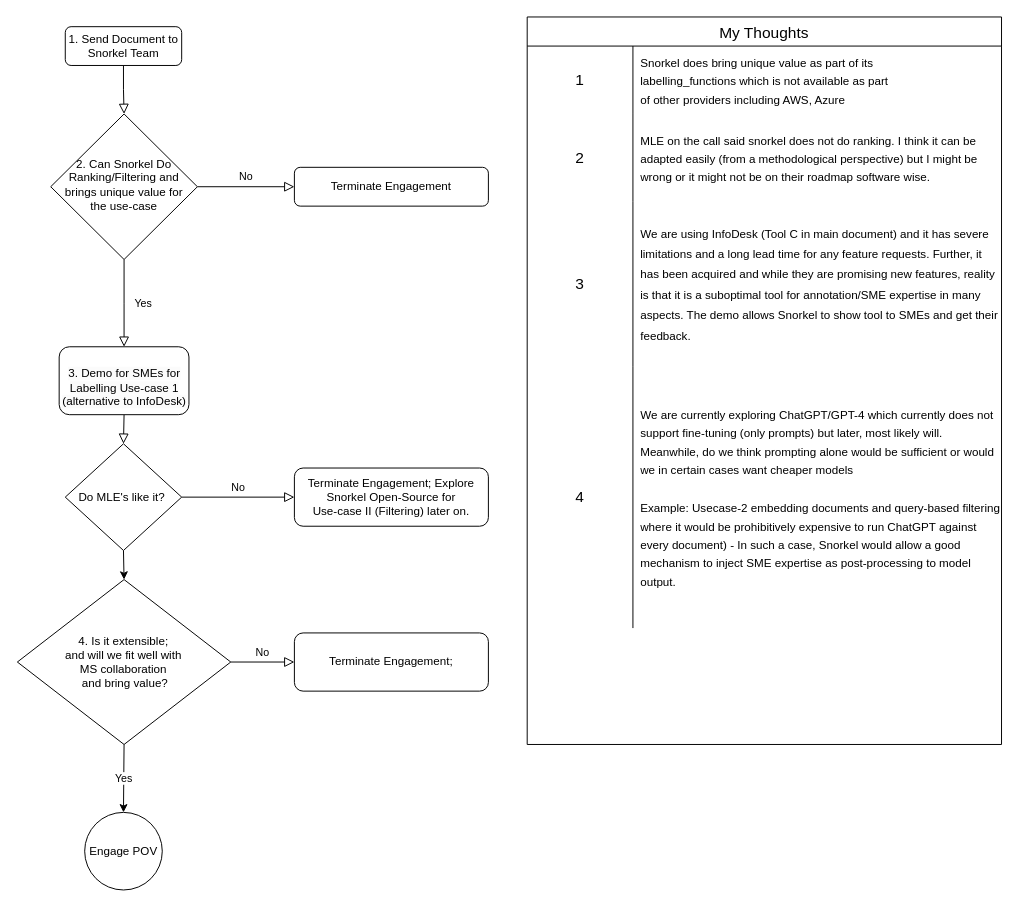
vjethava/drawnn keeps this draw.io diagram as Untitled Diagram.drawio. Above is the earlier version. Source tidied: cells renumbered, new cells numbered last; positions are measured from the earlier drawing's top-left corner, leaving out a move shared by most shapes. Both pictures are drawn from the tidied source at 97%, with x=0, y=0 at pixel (16, 16).
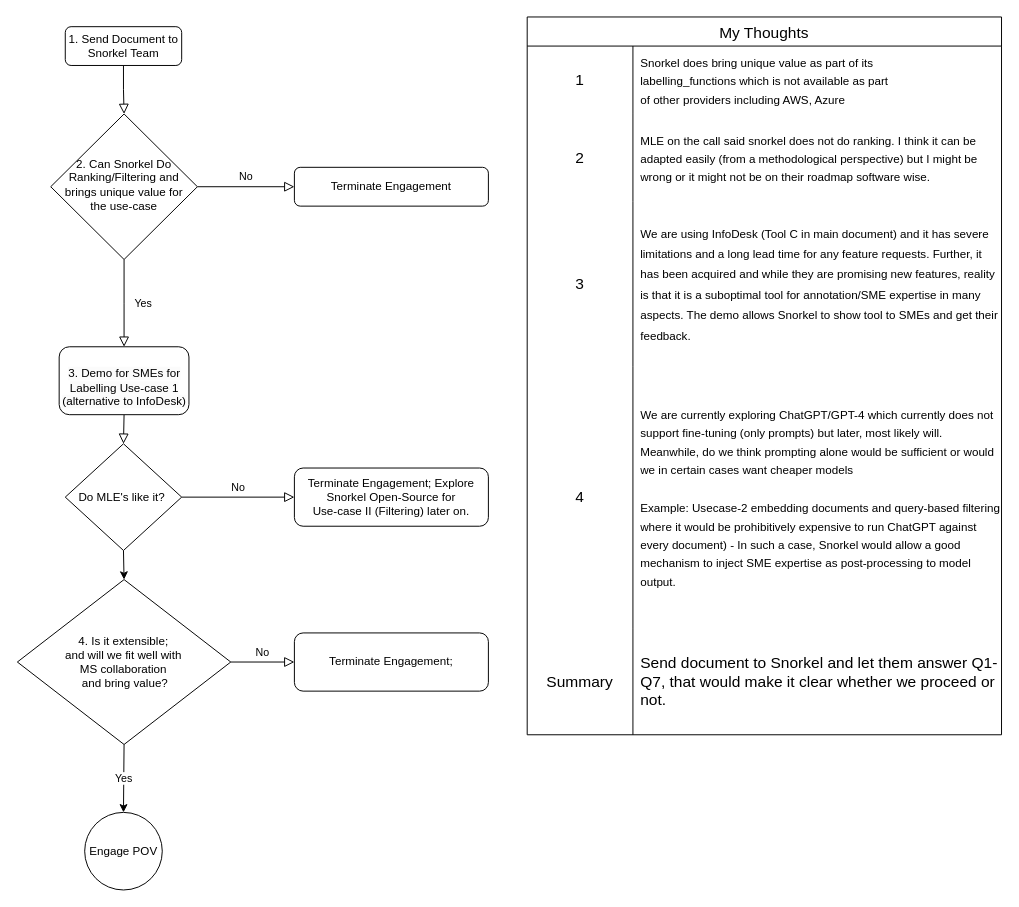
The same page after the edit.

Commit message:
snorkel_document

Change to the diagram source:
```diff
@@
     <mxCell id="10" value="My Thoughts" style="shape=table;startSize=30;childLayout=tableLayout;rowLines=0;fontStyle=0;strokeColor=default;fontSize=16;" parent="1" vertex="1">
-      <mxGeometry x="526" width="489" height="750" as="geometry" />
+      <mxGeometry x="526" width="489" height="740" as="geometry" />
     </mxCell>
@@
+    <mxCell id="32" style="shape=tableRow;horizontal=0;startSize=0;swimlaneHead=0;swimlaneBody=0;top=0;left=0;bottom=0;right=0;fillColor=none;strokeColor=inherit;fontSize=16;" parent="10" vertex="1">
+      <mxGeometry y="630" width="489" height="110" as="geometry" />
+    </mxCell>
+    <mxCell id="33" value="Summary" style="shape=partialRectangle;html=1;whiteSpace=wrap;fillColor=none;top=0;left=0;bottom=0;right=0;overflow=hidden;strokeColor=inherit;fontSize=16;" parent="32" vertex="1">
+      <mxGeometry width="109" height="110" as="geometry" />
+    </mxCell>
+    <mxCell id="34" value="Send document to Snorkel and let them answer Q1-Q7, that would make it clear whether we proceed or not." style="shape=partialRectangle;html=1;whiteSpace=wrap;fillColor=none;top=0;left=0;bottom=0;right=0;align=left;spacingLeft=6;overflow=hidden;strokeColor=inherit;fontSize=16;" parent="32" vertex="1">
+      <mxGeometry x="109" width="380" height="110" as="geometry" />
+    </mxCell>
```
